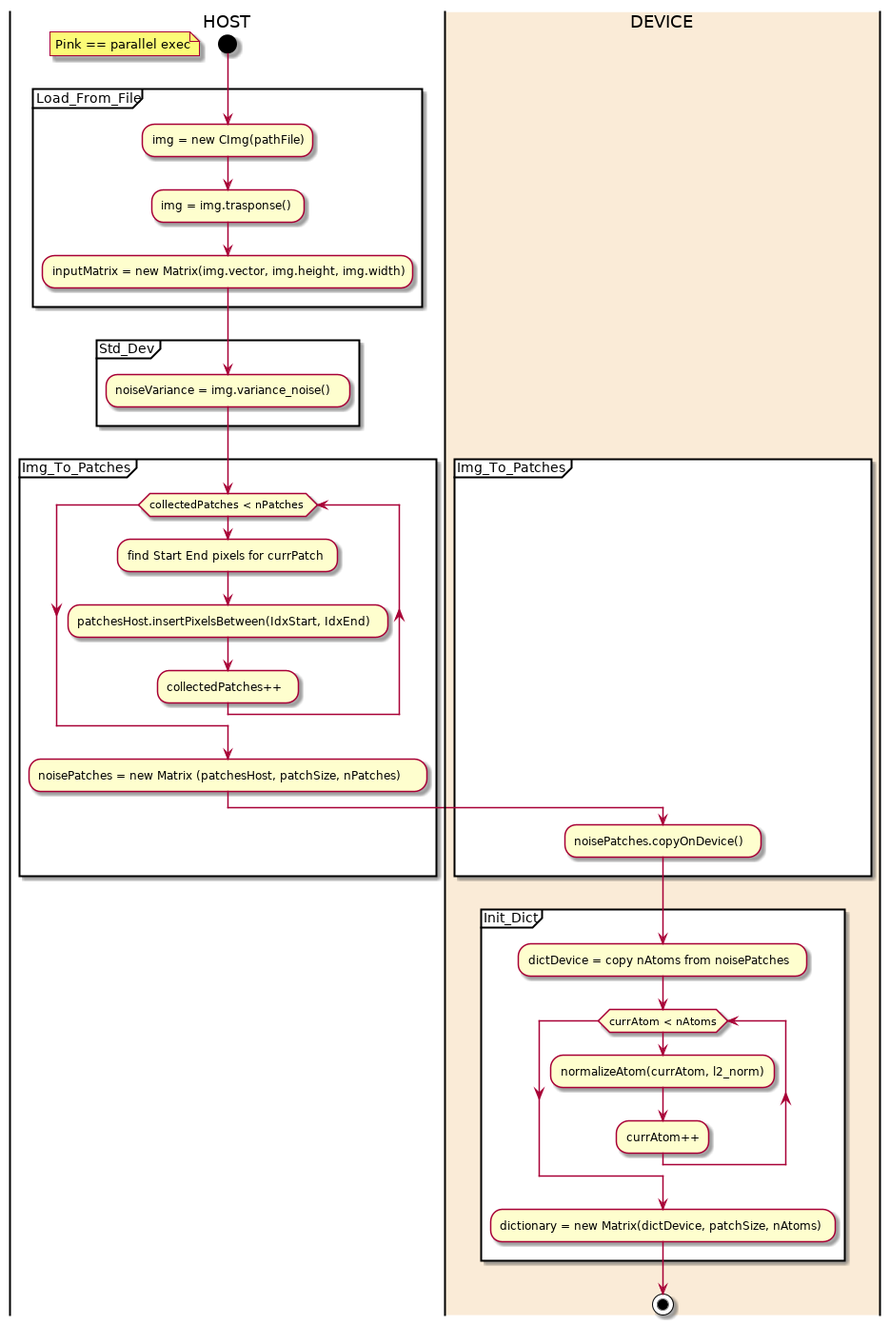
The PlantUML diagram uml/out/uml/src/InitializationDiagram.png in newfla/CUDA-K-SVD-Denoising, before a commit.
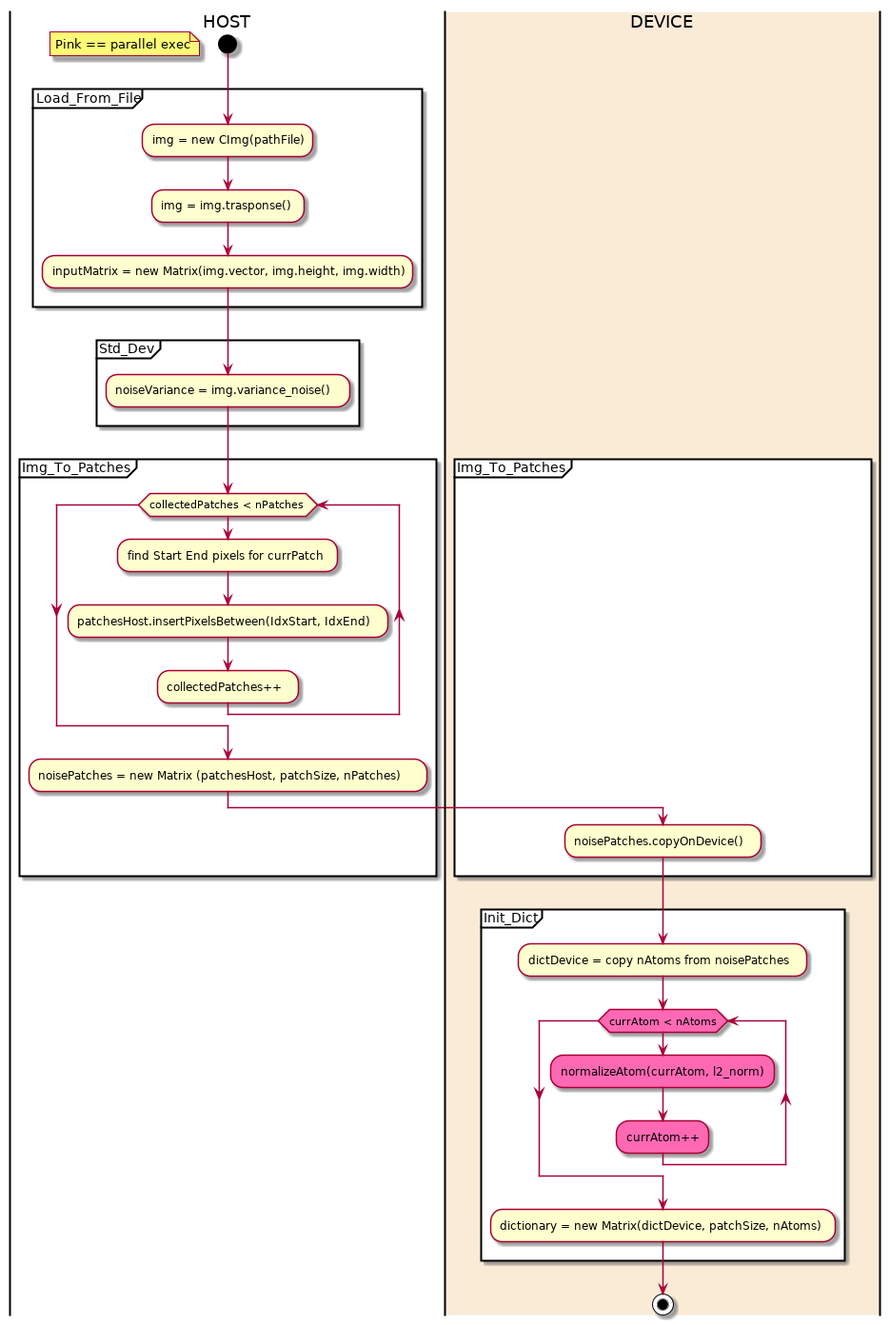
The same diagram one commit later.

Commit message:
updated init diagram

What changed in the source:
```diff
@@ -25,9 +25,9 @@
 
 partition Init_Dict {
     :dictDevice = copy nAtoms from noisePatches;
-    while (currAtom < nAtoms)
-            :normalizeAtom(currAtom, l2_norm);
-            :currAtom++;
+    #HotPink:while (currAtom < nAtoms)
+            #HotPink:normalizeAtom(currAtom, l2_norm);
+            #HotPink:currAtom++;
     endwhile
     :dictionary = new Matrix(dictDevice, patchSize, nAtoms);
 }
```
